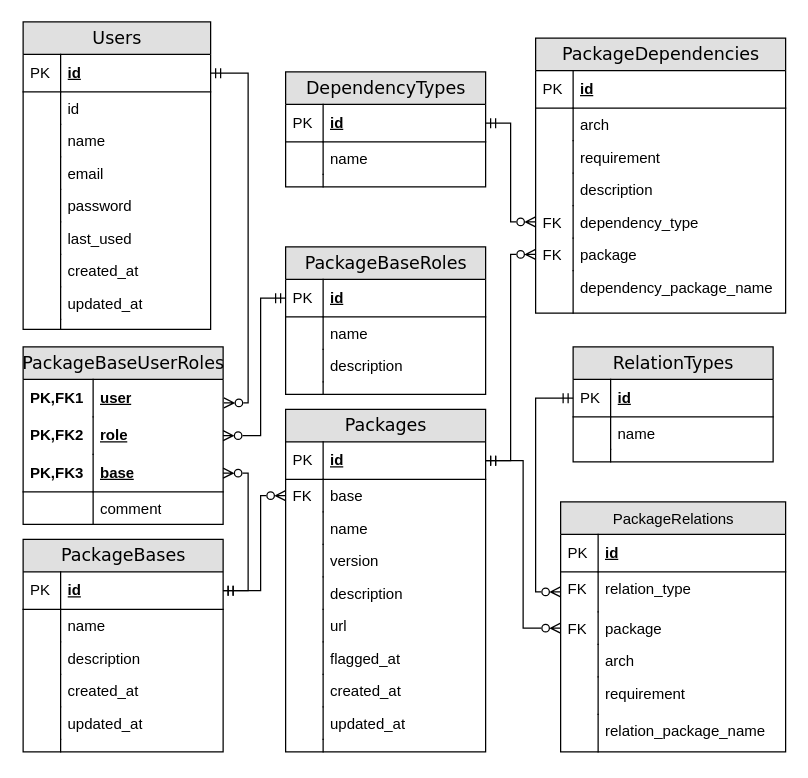
Before: 3/coursework/assets/logic_model.drawio in noatu/nure, a draw.io diagram. Source tidied: cells renumbered, new cells numbered last; positions are measured from the earlier drawing's top-left corner, leaving out a move shared by most shapes. Both pictures are drawn from the tidied source at 125%, with x=0, y=0 at pixel (22, 21).
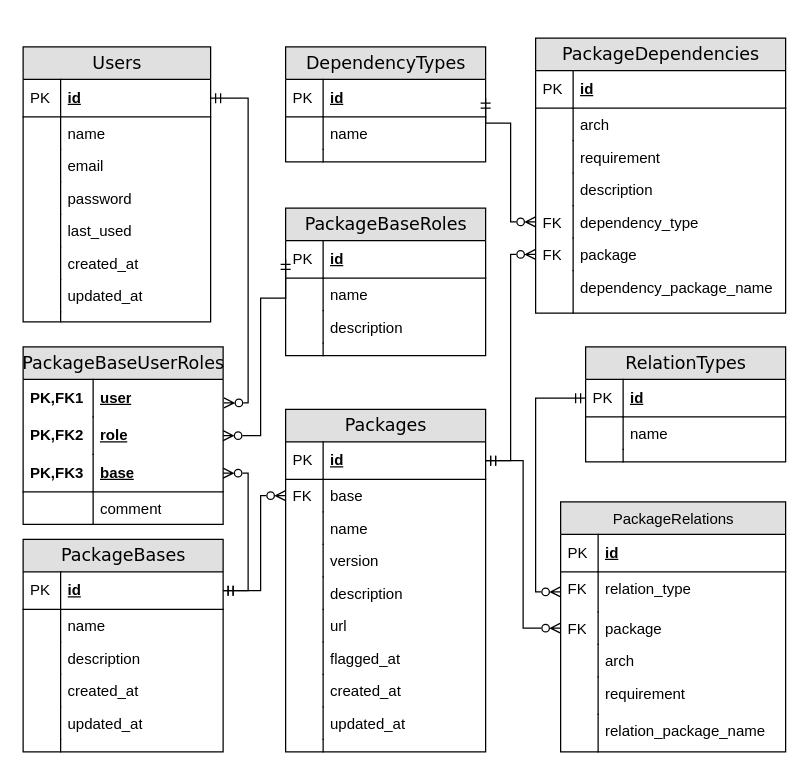
After the change.

The edit, as a diff of the source:
```diff
@@
     <mxCell id="23" value="Users" style="swimlane;html=1;fontStyle=0;horizontal=1;startSize=26;fillColor=#e0e0e0;swimlaneFillColor=#ffffff;align=center;rounded=0;shadow=0;comic=0;labelBackgroundColor=none;strokeWidth=1;fontFamily=Verdana;fontSize=14;swimlaneLine=1;" parent="1" vertex="1">
-      <mxGeometry width="150" height="246" as="geometry" />
+      <mxGeometry y="20" width="150" height="220" as="geometry" />
     </mxCell>
@@
-    <mxCell id="26" value="id" style="shape=partialRectangle;top=0;left=0;right=0;bottom=0;html=1;align=left;verticalAlign=top;fillColor=none;spacingLeft=34;spacingRight=4;whiteSpace=wrap;overflow=hidden;" parent="23" vertex="1">
-      <mxGeometry y="56" width="150" height="26" as="geometry" />
-    </mxCell>
-    <mxCell id="27" style="shape=partialRectangle;top=0;left=0;bottom=0;html=1;fillColor=none;align=left;verticalAlign=top;spacingLeft=4;spacingRight=4;whiteSpace=wrap;overflow=hidden;" parent="26" vertex="1">
-      <mxGeometry width="30" height="26" as="geometry" />
-    </mxCell>
     <mxCell id="28" value="name" style="shape=partialRectangle;top=0;left=0;right=0;bottom=0;html=1;align=left;verticalAlign=top;fillColor=none;spacingLeft=34;spacingRight=4;whiteSpace=wrap;overflow=hidden;" parent="23" vertex="1">
-      <mxGeometry y="82" width="150" height="26" as="geometry" />
+      <mxGeometry y="56" width="150" height="26" as="geometry" />
     </mxCell>
@@
     <mxCell id="30" value="email" style="shape=partialRectangle;top=0;left=0;right=0;bottom=0;html=1;align=left;verticalAlign=top;fillColor=none;spacingLeft=34;spacingRight=4;whiteSpace=wrap;overflow=hidden;" parent="23" vertex="1">
-      <mxGeometry y="108" width="150" height="26" as="geometry" />
+      <mxGeometry y="82" width="150" height="26" as="geometry" />
     </mxCell>
@@
     <mxCell id="32" value="password" style="shape=partialRectangle;top=0;left=0;right=0;bottom=0;html=1;align=left;verticalAlign=top;fillColor=none;spacingLeft=34;spacingRight=4;whiteSpace=wrap;overflow=hidden;" parent="23" vertex="1">
-      <mxGeometry y="134" width="150" height="26" as="geometry" />
+      <mxGeometry y="108" width="150" height="26" as="geometry" />
     </mxCell>
@@
     <mxCell id="34" value="last_used" style="shape=partialRectangle;top=0;left=0;right=0;bottom=0;html=1;align=left;verticalAlign=top;fillColor=none;spacingLeft=34;spacingRight=4;whiteSpace=wrap;overflow=hidden;" parent="23" vertex="1">
-      <mxGeometry y="160" width="150" height="26" as="geometry" />
+      <mxGeometry y="134" width="150" height="26" as="geometry" />
     </mxCell>
@@
     <mxCell id="36" value="created_at" style="shape=partialRectangle;top=0;left=0;right=0;bottom=0;html=1;align=left;verticalAlign=top;fillColor=none;spacingLeft=34;spacingRight=4;whiteSpace=wrap;overflow=hidden;" parent="23" vertex="1">
-      <mxGeometry y="186" width="150" height="26" as="geometry" />
+      <mxGeometry y="160" width="150" height="26" as="geometry" />
     </mxCell>
@@
     <mxCell id="38" value="updated_at" style="shape=partialRectangle;top=0;left=0;right=0;bottom=0;html=1;align=left;verticalAlign=top;fillColor=none;spacingLeft=34;spacingRight=4;whiteSpace=wrap;overflow=hidden;" parent="23" vertex="1">
-      <mxGeometry y="212" width="150" height="26" as="geometry" />
+      <mxGeometry y="186" width="150" height="26" as="geometry" />
     </mxCell>
@@
     <mxCell id="40" style="shape=partialRectangle;top=0;left=0;right=0;bottom=0;html=1;align=left;verticalAlign=top;fillColor=none;spacingLeft=34;spacingRight=4;whiteSpace=wrap;overflow=hidden;" parent="23" vertex="1">
-      <mxGeometry y="238" width="150" height="8" as="geometry" />
+      <mxGeometry y="212" width="150" height="8" as="geometry" />
     </mxCell>
@@
     <mxCell id="42" value="PackageBaseRoles" style="swimlane;html=1;fontStyle=0;horizontal=1;startSize=26;fillColor=#e0e0e0;swimlaneFillColor=#ffffff;align=center;rounded=0;shadow=0;comic=0;labelBackgroundColor=none;strokeWidth=1;fontFamily=Verdana;fontSize=14;swimlaneLine=1;" parent="1" vertex="1">
-      <mxGeometry x="210" y="180" width="160" height="118" as="geometry" />
+      <mxGeometry x="210" y="149" width="160" height="118" as="geometry" />
     </mxCell>
@@
     <mxCell id="60" value="DependencyTypes" style="swimlane;html=1;fontStyle=0;horizontal=1;startSize=26;fillColor=#e0e0e0;swimlaneFillColor=#ffffff;align=center;rounded=0;shadow=0;comic=0;labelBackgroundColor=none;strokeWidth=1;fontFamily=Verdana;fontSize=14;swimlaneLine=1;" parent="1" vertex="1">
-      <mxGeometry x="210" y="40" width="160" height="92" as="geometry" />
+      <mxGeometry x="210" y="20" width="160" height="92" as="geometry" />
     </mxCell>
@@
     <mxCell id="67" value="RelationTypes" style="swimlane;html=1;fontStyle=0;horizontal=1;startSize=26;fillColor=#e0e0e0;swimlaneFillColor=#ffffff;align=center;rounded=0;shadow=0;comic=0;labelBackgroundColor=none;strokeWidth=1;fontFamily=Verdana;fontSize=14;swimlaneLine=1;" parent="1" vertex="1">
-      <mxGeometry x="440" y="260" width="160" height="92" as="geometry" />
+      <mxGeometry x="450" y="260" width="160" height="92" as="geometry" />
     </mxCell>
```
